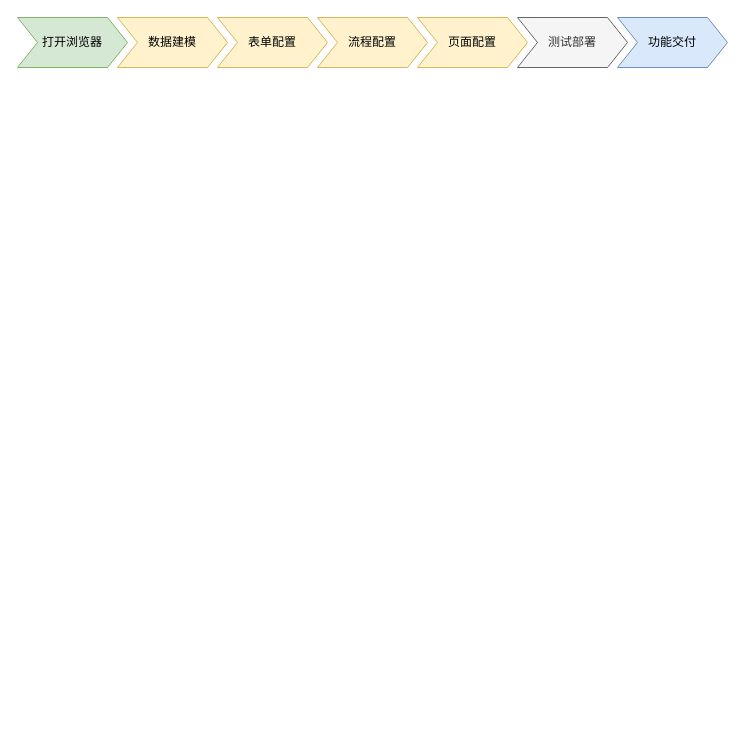
Earlier version of the draw.io diagram 低——研究内容——低代码开发框架.drawio (tangyaosimida/love). Source tidied: cells renumbered, new cells numbered last; positions are measured from the earlier drawing's top-left corner, leaving out a move shared by most shapes. Both pictures are drawn from the tidied source at 100%, with x=0, y=0 at pixel (17, 17). Pictures stored in the file or linked from it are replaced by grey dashed boxes.
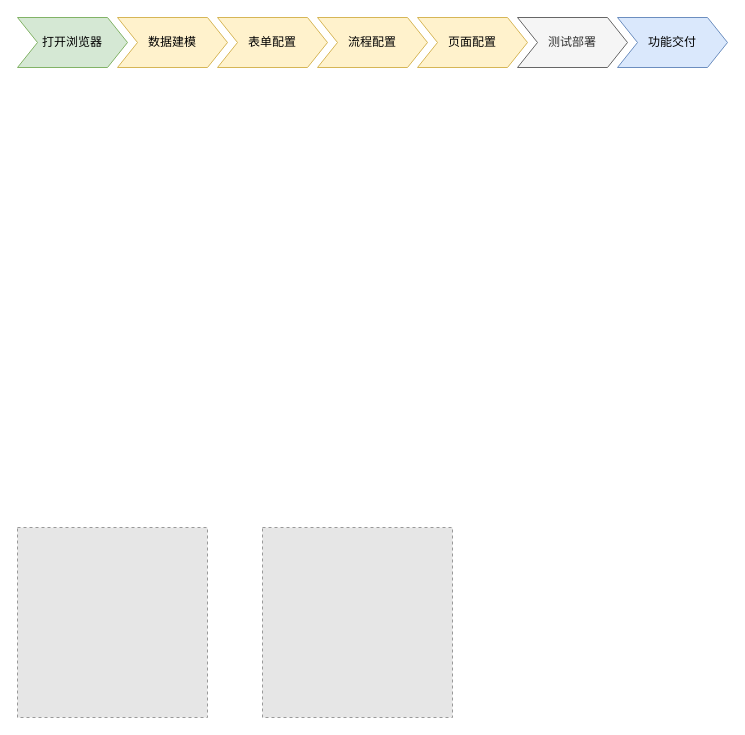
After the change.

Commit message (it also covers changes not shown here):
更新低——研究内容——低代码开发框架.drawio

What changed in the source:
```diff
@@
 <mxGraphModel>
   <root>
     <mxCell id="0" />
     <mxCell id="1" parent="0" />
     <mxCell id="2" value="打开浏览器" style="shape=step;perimeter=stepPerimeter;whiteSpace=wrap;html=1;fixedSize=1;fillColor=#d5e8d4;strokeColor=#82b366;" parent="1" vertex="1">
       <mxGeometry width="110" height="50" as="geometry" />
     </mxCell>
     <mxCell id="3" value="数据建模" style="shape=step;perimeter=stepPerimeter;whiteSpace=wrap;html=1;fixedSize=1;fillColor=#fff2cc;strokeColor=#d6b656;" parent="1" vertex="1">
       <mxGeometry x="100" width="110" height="50" as="geometry" />
     </mxCell>
     <mxCell id="4" value="表单配置" style="shape=step;perimeter=stepPerimeter;whiteSpace=wrap;html=1;fixedSize=1;fillColor=#fff2cc;strokeColor=#d6b656;" parent="1" vertex="1">
       <mxGeometry x="200" width="110" height="50" as="geometry" />
     </mxCell>
     <mxCell id="5" value="流程配置" style="shape=step;perimeter=stepPerimeter;whiteSpace=wrap;html=1;fixedSize=1;fillColor=#fff2cc;strokeColor=#d6b656;" parent="1" vertex="1">
       <mxGeometry x="300" width="110" height="50" as="geometry" />
     </mxCell>
     <mxCell id="6" value="页面配置" style="shape=step;perimeter=stepPerimeter;whiteSpace=wrap;html=1;fixedSize=1;fillColor=#fff2cc;strokeColor=#d6b656;" parent="1" vertex="1">
       <mxGeometry x="400" width="110" height="50" as="geometry" />
     </mxCell>
     <mxCell id="7" value="测试部署" style="shape=step;perimeter=stepPerimeter;whiteSpace=wrap;html=1;fixedSize=1;fillColor=#f5f5f5;strokeColor=#666666;fontColor=#333333;" parent="1" vertex="1">
       <mxGeometry x="500" width="110" height="50" as="geometry" />
     </mxCell>
     <mxCell id="8" value="功能交付" style="shape=step;perimeter=stepPerimeter;whiteSpace=wrap;html=1;fixedSize=1;fillColor=#dae8fc;strokeColor=#6c8ebf;" parent="1" vertex="1">
       <mxGeometry x="600" width="110" height="50" as="geometry" />
     </mxCell>
+    <mxCell id="9" style="fillColor=#E6E6E6;strokeColor=#999999;dashed=1;verticalLabelPosition=bottom;labelBackgroundColor=default;verticalAlign=top;" parent="1" vertex="1">
+      <mxGeometry y="510" width="190" height="190" as="geometry" />
+    </mxCell>
+    <mxCell id="10" style="fillColor=#E6E6E6;strokeColor=#999999;dashed=1;verticalLabelPosition=bottom;labelBackgroundColor=default;verticalAlign=top;" parent="1" vertex="1">
+      <mxGeometry x="245" y="510" width="190" height="190" as="geometry" />
+    </mxCell>
   </root>
 </mxGraphModel>
```
